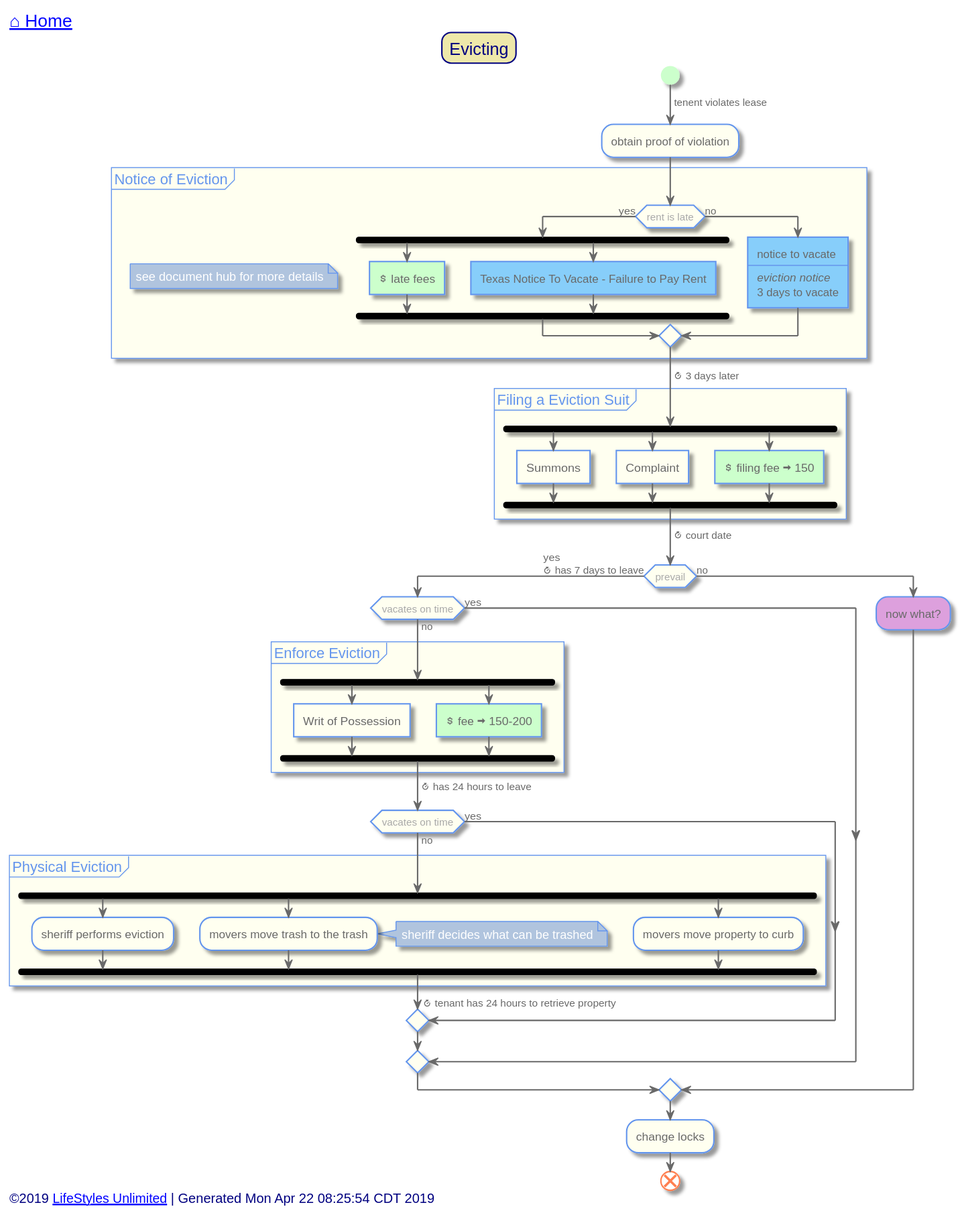
The PlantUML diagram out/src/single-family/evicting.svg in toddmo/lifestylesunlimited, before a commit.
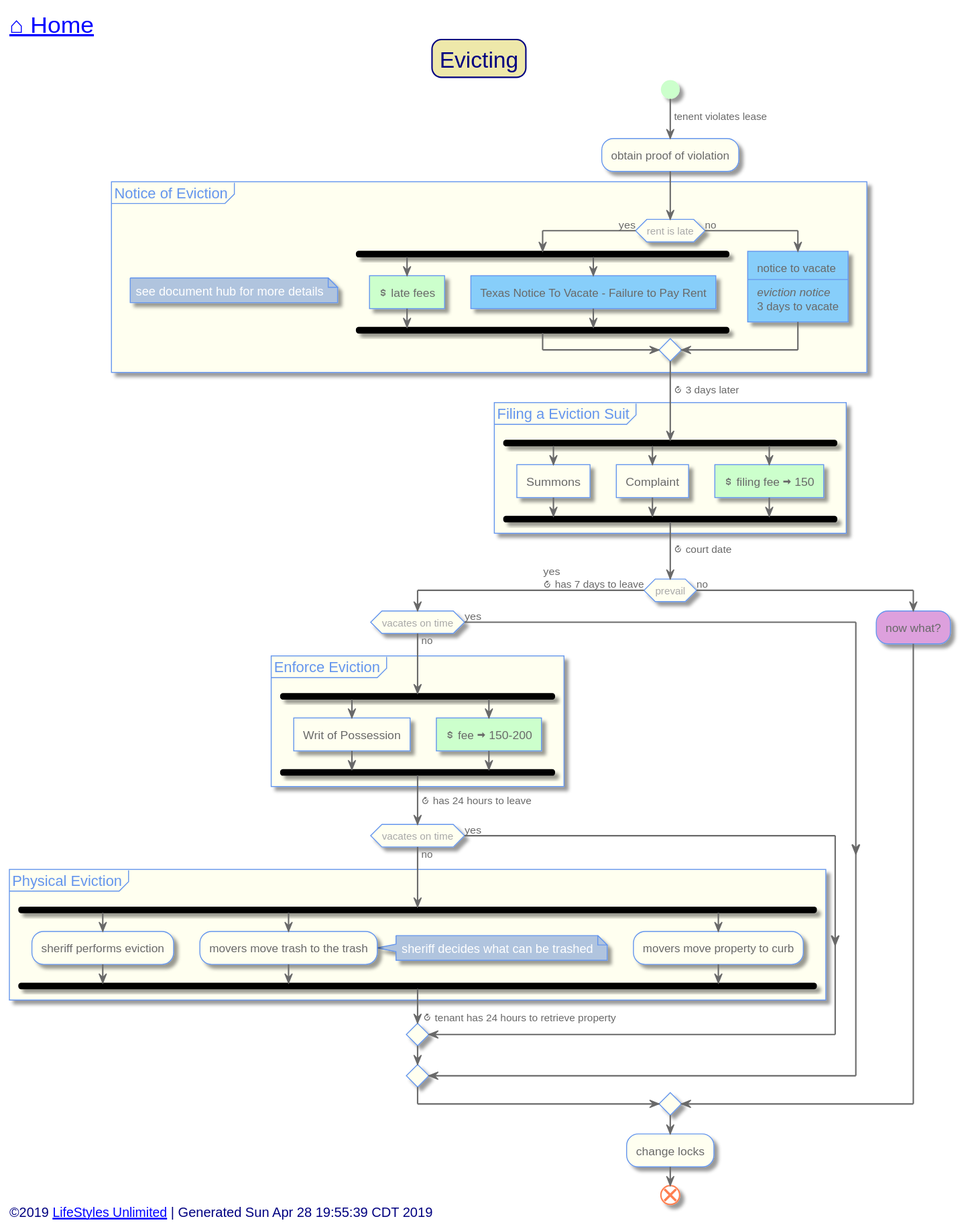
After the change.

The edit, as a diff of the source:
```diff
@@ -11,11 +11,13 @@
   BackgroundColor PaleGoldenRod
   BorderColor Navy
   BorderRoundCorner 20
+  FontSize 24
 }
 
 skinparam activity {
   BackgroundColor Ivory
   BorderColor CornflowerBlue
+  BorderThickness 1
   FontColor DimGray
 
 
@@ -73,7 +75,7 @@
 
 
 left header
-	<font color=Navy size=18>[[../index.svg ⌂ Home]]</font>
+	<font color=Navy size=24>[[../index.svg ⌂ Home]]</font>
 endheader
 
 
@@ -145,7 +147,7 @@
 
 
 left footer
-	<font size=14>©2019 [[http://www.lifestylesunlimited.com LifeStyles Unlimited]] | Generated Mon Apr 22 08:25:54 CDT 2019</font>
+	<font size=14>©2019 [[http://www.lifestylesunlimited.com LifeStyles Unlimited]] | Generated Sun Apr 28 19:55:39 CDT 2019</font>
 endfooter
 
 
```
